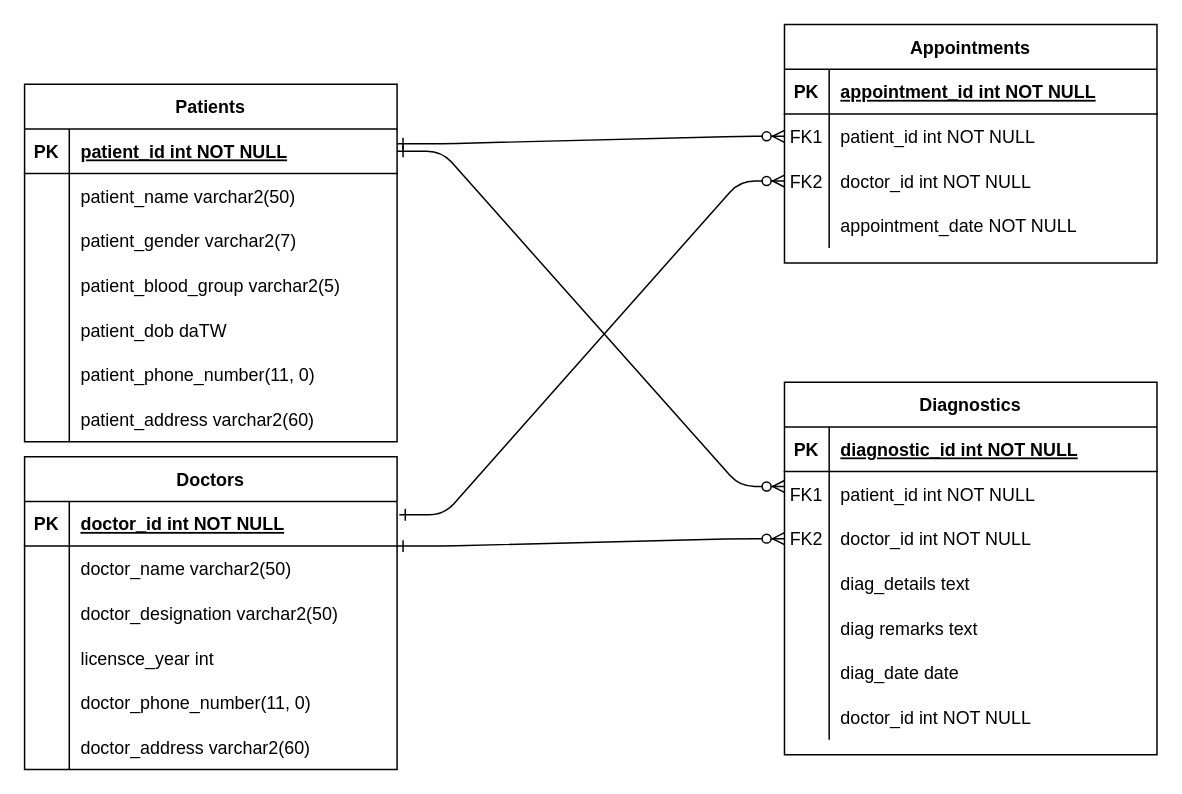
Above: Database/schema.drawio in NotAlpha45/Horus-A-Hospital-Management-System- (draw.io), before the change. Source tidied: cells renumbered, new cells numbered last; positions are measured from the earlier drawing's top-left corner, leaving out a move shared by most shapes. Both pictures are drawn from the tidied source at 149%, with x=0, y=0 at pixel (24, 24).
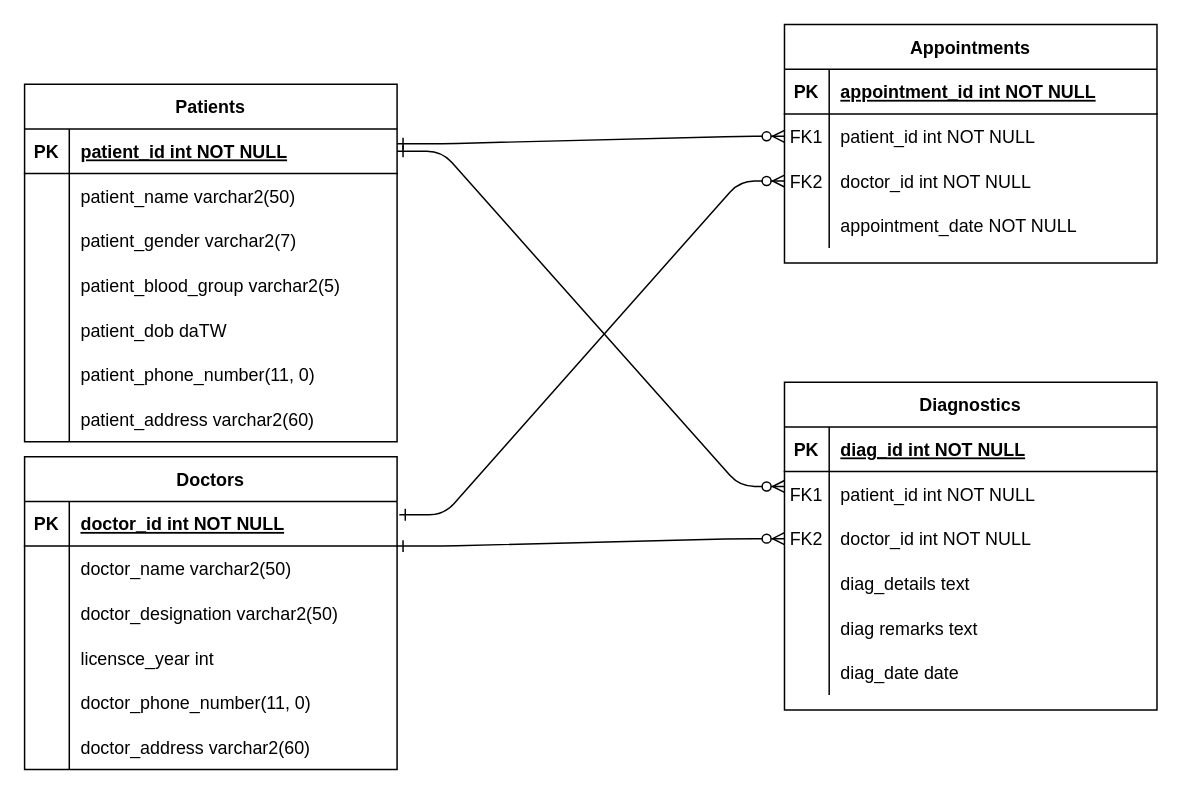
After the change.

Commit message (it also covers changes not shown here):
Schema for diagnostics, appointments and doctors

Unchanged cells that the change refers to:
```xml
<mxCell id="16" style="shape=partialRectangle;fillColor=none;top=0;left=0;right=0;bottom=1;" parent="15" vertex="1">
  <mxGeometry y="30" width="250" height="30" as="geometry" />
</mxCell>
```

Diff of the diagram source:
```diff
@@
     <mxCell id="15" value="Diagnostics" style="shape=table;startSize=30;childLayout=tableLayout;rowLines=0;fontStyle=1;align=center;" parent="1" vertex="1">
-      <mxGeometry x="510" y="240" width="250" height="250" as="geometry" />
+      <mxGeometry x="510" y="240" width="250" height="220" as="geometry" />
     </mxCell>
@@
-    <mxCell id="18" value="diagnostic_id int NOT NULL " style="shape=partialRectangle;overflow=hidden;fillColor=none;top=0;left=0;bottom=0;right=0;align=left;spacingLeft=6;fontStyle=5;" parent="16" vertex="1">
+    <mxCell id="18" value="diag_id int NOT NULL " style="shape=partialRectangle;overflow=hidden;fillColor=none;top=0;left=0;bottom=0;right=0;align=left;spacingLeft=6;fontStyle=5;" parent="16" vertex="1">
       <mxGeometry x="30" width="220" height="30" as="geometry" />
     </mxCell>
@@
-    <mxCell id="34" style="shape=partialRectangle;fillColor=none;top=0;left=0;right=0;bottom=0;" parent="15" vertex="1">
-      <mxGeometry y="210" width="250" height="30" as="geometry" />
-    </mxCell>
-    <mxCell id="35" style="shape=partialRectangle;overflow=hidden;fillColor=none;top=0;left=0;bottom=0;right=0;" parent="34" vertex="1">
-      <mxGeometry width="30" height="30" as="geometry" />
-    </mxCell>
-    <mxCell id="36" value="doctor_id int NOT NULL" style="shape=partialRectangle;overflow=hidden;fillColor=none;top=0;left=0;bottom=0;right=0;align=left;spacingLeft=6;" parent="34" vertex="1">
-      <mxGeometry x="30" width="220" height="30" as="geometry" />
-    </mxCell>
```
